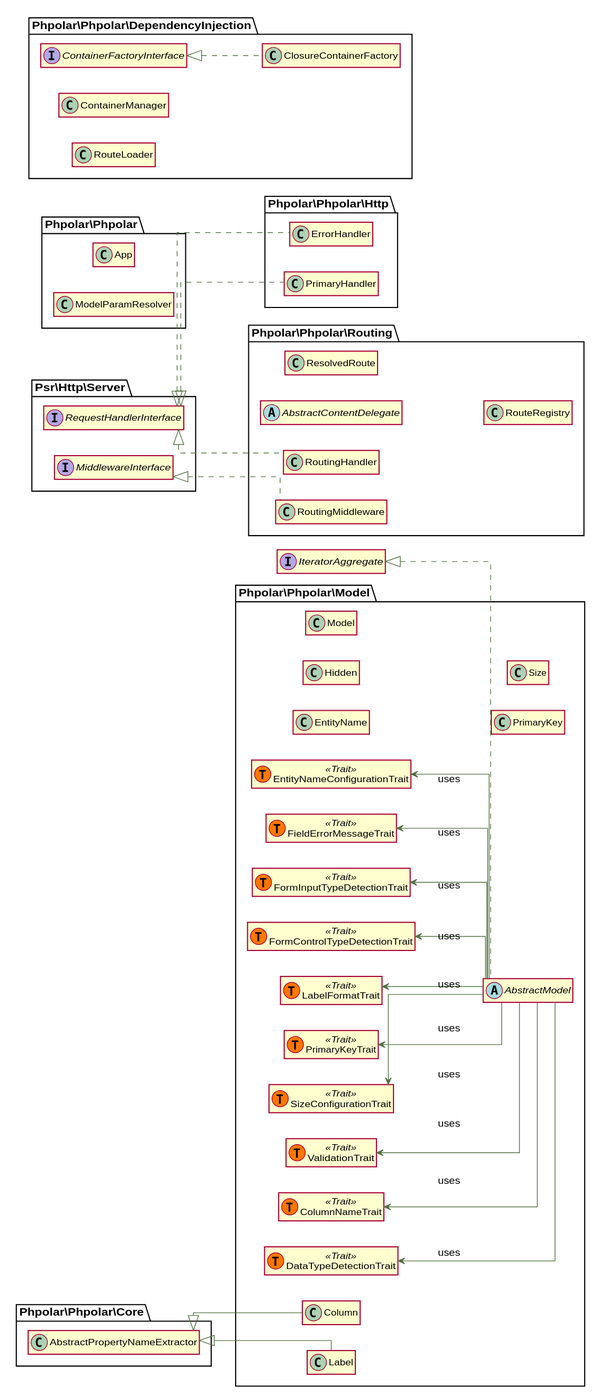
Before: docs/graphs/classes.svg, a diagram exported from PlantUML (phpolar/phpolar).
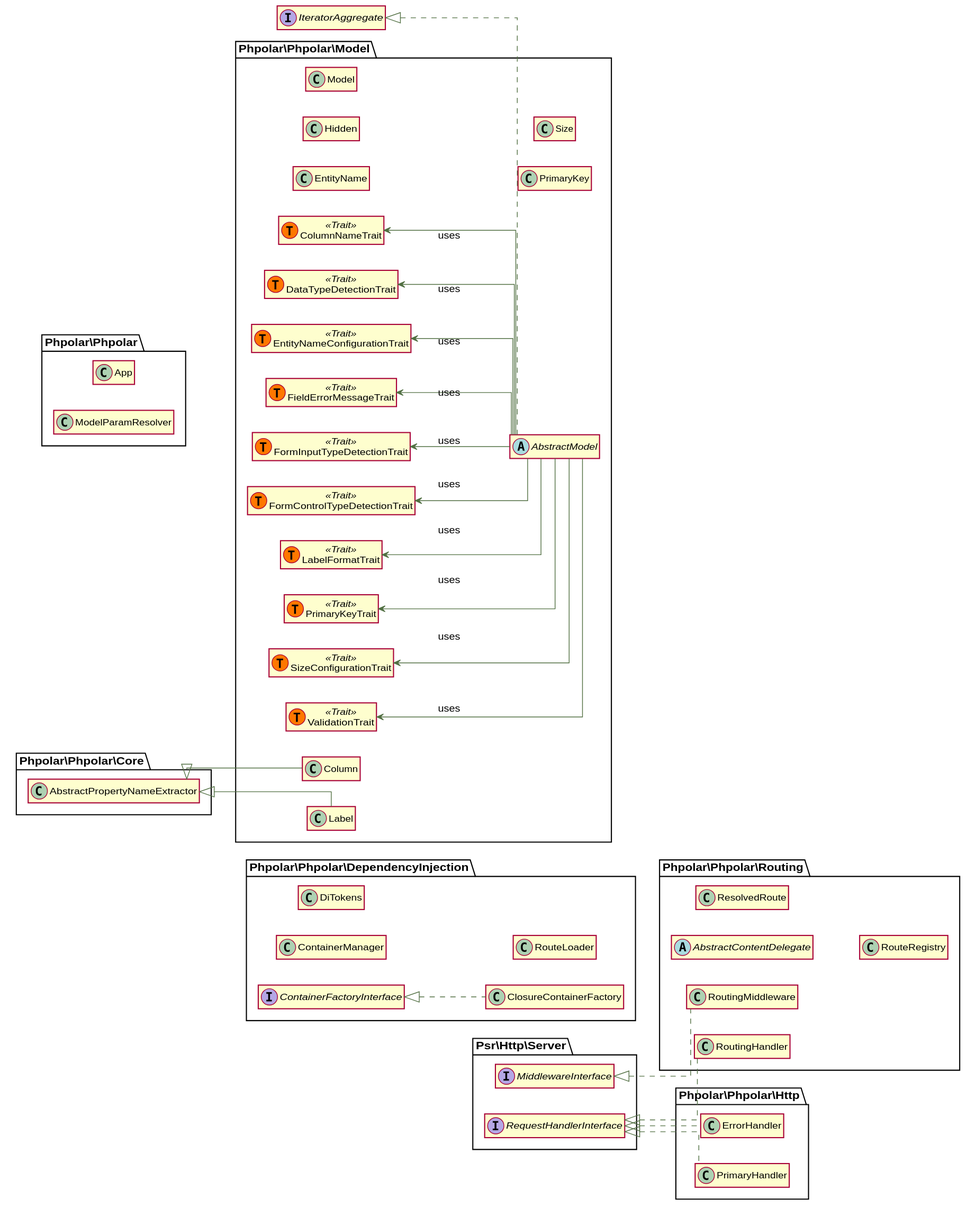
The same file after the commit.

The edit, as a diff of the source:
```diff
@@ -23,6 +23,9 @@
 }
 
 class \\Phpolar\\Phpolar\\DependencyInjection\\ContainerManager {
+}
+
+class \\Phpolar\\Phpolar\\DependencyInjection\\DiTokens {
 }
 
 class \\Phpolar\\Phpolar\\DependencyInjection\\RouteLoader {
```
